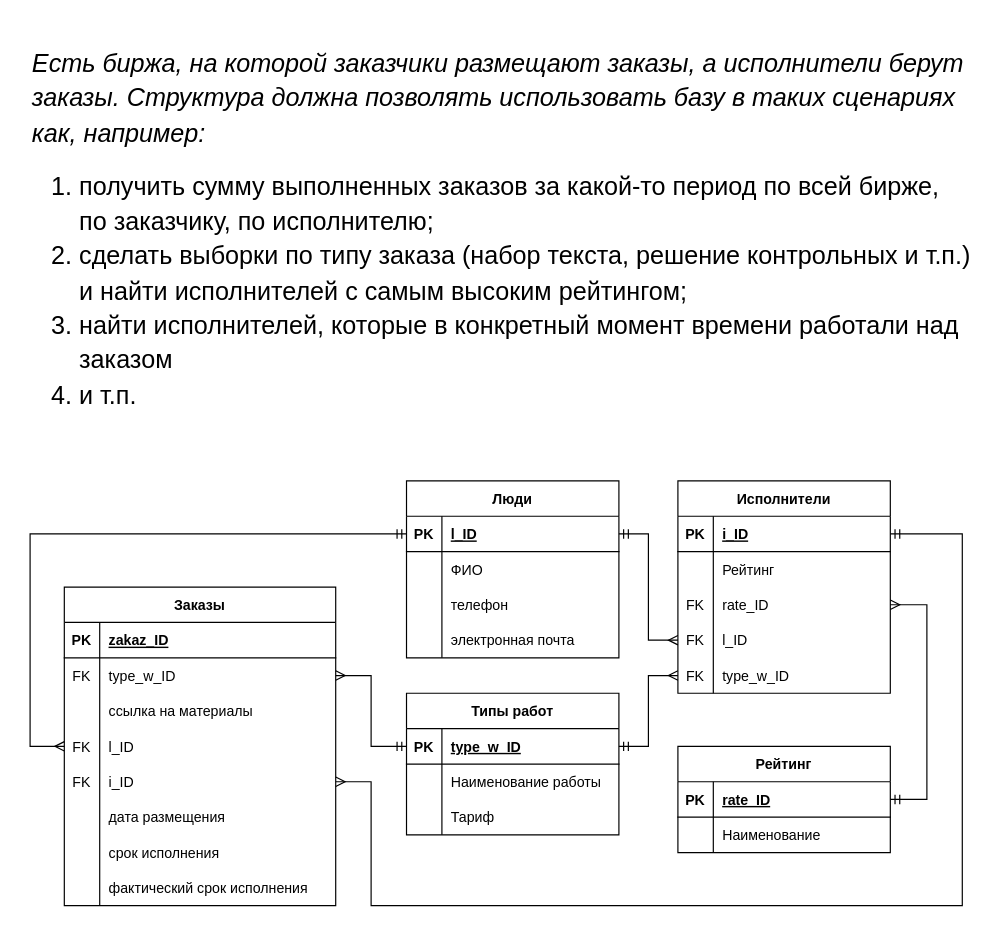
Before: Frilance.drawio in CovChEGG/BD, a draw.io diagram. Source tidied: cells renumbered, new cells numbered last; positions are measured from the earlier drawing's top-left corner, leaving out a move shared by most shapes. Both pictures are drawn from the tidied source at 118%, with x=0, y=0 at pixel (30, 20).
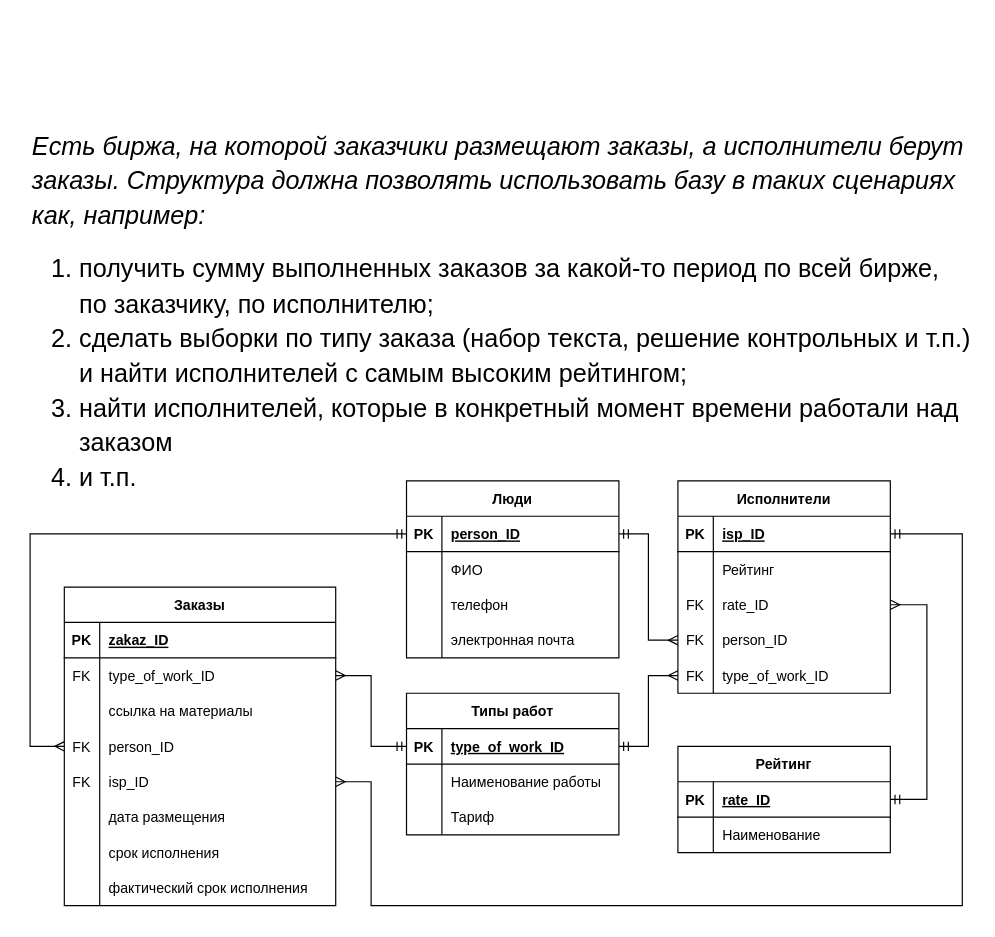
Above is the later version.

The change refers to these unchanged cells:
```xml
<mxCell id="7" style="shape=tableRow;horizontal=0;startSize=0;swimlaneHead=0;swimlaneBody=0;fillColor=none;points=[[0,0.5],[1,0.5]];portConstraint=eastwest;top=0;left=0;right=0;bottom=0;" parent="3" vertex="1">
  <mxGeometry y="60" width="230" height="30" as="geometry" />
</mxCell>
<mxCell id="13" style="shape=tableRow;horizontal=0;startSize=0;swimlaneHead=0;swimlaneBody=0;fillColor=none;points=[[0,0.5],[1,0.5]];portConstraint=eastwest;top=0;left=0;right=0;bottom=0;" parent="3" vertex="1">
  <mxGeometry y="120" width="230" height="30" as="geometry" />
</mxCell>
<mxCell id="16" style="shape=tableRow;horizontal=0;startSize=0;swimlaneHead=0;swimlaneBody=0;fillColor=none;points=[[0,0.5],[1,0.5]];portConstraint=eastwest;top=0;left=0;right=0;bottom=0;" parent="3" vertex="1">
  <mxGeometry y="150" width="230" height="30" as="geometry" />
</mxCell>
<mxCell id="29" style="shape=tableRow;horizontal=0;startSize=0;swimlaneHead=0;swimlaneBody=0;fillColor=none;points=[[0,0.5],[1,0.5]];portConstraint=eastwest;top=0;left=0;right=0;bottom=1;" parent="28" vertex="1">
  <mxGeometry y="30" width="180" height="30" as="geometry" />
</mxCell>
<mxCell id="42" style="shape=tableRow;horizontal=0;startSize=0;swimlaneHead=0;swimlaneBody=0;fillColor=none;points=[[0,0.5],[1,0.5]];portConstraint=eastwest;top=0;left=0;right=0;bottom=1;" parent="41" vertex="1">
  <mxGeometry y="30" width="180" height="30" as="geometry" />
</mxCell>
<mxCell id="51" style="shape=tableRow;horizontal=0;startSize=0;swimlaneHead=0;swimlaneBody=0;fillColor=none;points=[[0,0.5],[1,0.5]];portConstraint=eastwest;top=0;left=0;right=0;bottom=0;" parent="41" vertex="1">
  <mxGeometry y="120" width="180" height="30" as="geometry" />
</mxCell>
<mxCell id="54" style="shape=tableRow;horizontal=0;startSize=0;swimlaneHead=0;swimlaneBody=0;fillColor=none;points=[[0,0.5],[1,0.5]];portConstraint=eastwest;top=0;left=0;right=0;bottom=0;" parent="41" vertex="1">
  <mxGeometry y="150" width="180" height="30" as="geometry" />
</mxCell>
<mxCell id="65" style="shape=tableRow;horizontal=0;startSize=0;swimlaneHead=0;swimlaneBody=0;fillColor=none;points=[[0,0.5],[1,0.5]];portConstraint=eastwest;top=0;left=0;right=0;bottom=1;" parent="64" vertex="1">
  <mxGeometry y="30" width="180" height="30" as="geometry" />
</mxCell>
```

Change to the diagram source:
```diff
@@
     <mxCell id="2" value="&lt;p dir=&quot;ltr&quot; style=&quot;line-height: 1.38 ; margin-top: 12pt ; margin-bottom: 12pt&quot; id=&quot;docs-internal-guid-576c9d6f-7fff-1a67-5359-b7218d271dd9&quot;&gt;&lt;span style=&quot;font-size: 16pt; font-family: &amp;quot;ibm plex sans&amp;quot;, sans-serif; color: rgb(0, 0, 0); background-color: transparent; font-weight: 400; font-style: italic; font-variant: normal; text-decoration: none; vertical-align: baseline;&quot;&gt;Есть биржа, на которой заказчики размещают заказы, а исполнители берут заказы. Структура должна позволять использовать базу в таких сценариях как, например:&lt;/span&gt;&lt;/p&gt;&lt;ol style=&quot;margin-top: 0 ; margin-bottom: 0&quot;&gt;&lt;li dir=&quot;ltr&quot; style=&quot;list-style-type: decimal; font-size: 16pt; font-family: &amp;quot;ibm plex sans&amp;quot;, sans-serif; color: rgb(0, 0, 0); background-color: transparent; font-weight: 400; font-style: normal; font-variant: normal; text-decoration: none; vertical-align: baseline;&quot;&gt;&lt;p dir=&quot;ltr&quot; style=&quot;line-height: 1.38 ; margin-top: 12pt ; margin-bottom: 0pt&quot;&gt;&lt;span style=&quot;font-size: 16pt; font-family: &amp;quot;ibm plex sans&amp;quot;, sans-serif; color: rgb(0, 0, 0); background-color: transparent; font-weight: 400; font-style: normal; font-variant: normal; text-decoration: none; vertical-align: baseline;&quot;&gt;получить сумму выполненных заказов за какой-то период по всей бирже, по заказчику, по исполнителю;&lt;/span&gt;&lt;/p&gt;&lt;/li&gt;&lt;li dir=&quot;ltr&quot; style=&quot;list-style-type: decimal; font-size: 16pt; font-family: &amp;quot;ibm plex sans&amp;quot;, sans-serif; color: rgb(0, 0, 0); background-color: transparent; font-weight: 400; font-style: normal; font-variant: normal; text-decoration: none; vertical-align: baseline;&quot;&gt;&lt;p dir=&quot;ltr&quot; style=&quot;line-height: 1.38 ; margin-top: 0pt ; margin-bottom: 0pt&quot;&gt;&lt;span style=&quot;font-size: 16pt; font-family: &amp;quot;ibm plex sans&amp;quot;, sans-serif; color: rgb(0, 0, 0); background-color: transparent; font-weight: 400; font-style: normal; font-variant: normal; text-decoration: none; vertical-align: baseline;&quot;&gt;сделать выборки по типу заказа (набор текста, решение контрольных и т.п.) и найти исполнителей с самым высоким рейтингом;&lt;/span&gt;&lt;/p&gt;&lt;/li&gt;&lt;li dir=&quot;ltr&quot; style=&quot;list-style-type: decimal; font-size: 16pt; font-family: &amp;quot;ibm plex sans&amp;quot;, sans-serif; color: rgb(0, 0, 0); background-color: transparent; font-weight: 400; font-style: normal; font-variant: normal; text-decoration: none; vertical-align: baseline;&quot;&gt;&lt;p dir=&quot;ltr&quot; style=&quot;line-height: 1.38 ; margin-top: 0pt ; margin-bottom: 0pt&quot;&gt;&lt;span style=&quot;font-size: 16pt; font-family: &amp;quot;ibm plex sans&amp;quot;, sans-serif; color: rgb(0, 0, 0); background-color: transparent; font-weight: 400; font-style: normal; font-variant: normal; text-decoration: none; vertical-align: baseline;&quot;&gt;найти исполнителей, которые в конкретный момент времени работали над заказом&lt;/span&gt;&lt;/p&gt;&lt;/li&gt;&lt;li dir=&quot;ltr&quot; style=&quot;list-style-type: decimal; font-size: 16pt; font-family: &amp;quot;ibm plex sans&amp;quot;, sans-serif; color: rgb(0, 0, 0); background-color: transparent; font-weight: 400; font-style: normal; font-variant: normal; text-decoration: none; vertical-align: baseline;&quot;&gt;&lt;p dir=&quot;ltr&quot; style=&quot;line-height: 1.38 ; margin-top: 0pt ; margin-bottom: 12pt&quot;&gt;&lt;span style=&quot;font-size: 16pt; font-family: &amp;quot;ibm plex sans&amp;quot;, sans-serif; color: rgb(0, 0, 0); background-color: transparent; font-weight: 400; font-style: normal; font-variant: normal; text-decoration: none; vertical-align: baseline;&quot;&gt;и т.п.&lt;/span&gt;&lt;/p&gt;&lt;/li&gt;&lt;/ol&gt;" style="text;whiteSpace=wrap;html=1;" parent="1" vertex="1">
-      <mxGeometry width="800" height="330" as="geometry" />
+      <mxGeometry y="70" width="800" height="330" as="geometry" />
     </mxCell>
@@
-    <mxCell id="9" value="type_w_ID" style="shape=partialRectangle;fillColor=none;top=0;left=0;bottom=0;right=0;align=left;spacingLeft=6;fontStyle=0;overflow=hidden;" parent="7" vertex="1">
+    <mxCell id="9" value="type_of_work_ID" style="shape=partialRectangle;fillColor=none;top=0;left=0;bottom=0;right=0;align=left;spacingLeft=6;fontStyle=0;overflow=hidden;" parent="7" vertex="1">
       <mxGeometry x="30" width="200" height="30" as="geometry" />
     </mxCell>
@@
-    <mxCell id="15" value="l_ID" style="shape=partialRectangle;fillColor=none;top=0;left=0;bottom=0;right=0;align=left;spacingLeft=6;fontStyle=0;overflow=hidden;" parent="13" vertex="1">
+    <mxCell id="15" value="person_ID" style="shape=partialRectangle;fillColor=none;top=0;left=0;bottom=0;right=0;align=left;spacingLeft=6;fontStyle=0;overflow=hidden;" parent="13" vertex="1">
       <mxGeometry x="30" width="200" height="30" as="geometry" />
     </mxCell>
@@
-    <mxCell id="18" value="i_ID" style="shape=partialRectangle;fillColor=none;top=0;left=0;bottom=0;right=0;align=left;spacingLeft=6;fontStyle=0;overflow=hidden;" parent="16" vertex="1">
+    <mxCell id="18" value="isp_ID" style="shape=partialRectangle;fillColor=none;top=0;left=0;bottom=0;right=0;align=left;spacingLeft=6;fontStyle=0;overflow=hidden;" parent="16" vertex="1">
       <mxGeometry x="30" width="200" height="30" as="geometry" />
     </mxCell>
@@
-    <mxCell id="31" value="l_ID" style="shape=partialRectangle;fillColor=none;top=0;left=0;bottom=0;right=0;align=left;spacingLeft=6;fontStyle=5;overflow=hidden;" parent="29" vertex="1">
+    <mxCell id="31" value="person_ID" style="shape=partialRectangle;fillColor=none;top=0;left=0;bottom=0;right=0;align=left;spacingLeft=6;fontStyle=5;overflow=hidden;" parent="29" vertex="1">
       <mxGeometry x="30" width="150" height="30" as="geometry" />
     </mxCell>
@@
-    <mxCell id="44" value="i_ID" style="shape=partialRectangle;fillColor=none;top=0;left=0;bottom=0;right=0;align=left;spacingLeft=6;fontStyle=5;overflow=hidden;" parent="42" vertex="1">
+    <mxCell id="44" value="isp_ID" style="shape=partialRectangle;fillColor=none;top=0;left=0;bottom=0;right=0;align=left;spacingLeft=6;fontStyle=5;overflow=hidden;" parent="42" vertex="1">
       <mxGeometry x="30" width="150" height="30" as="geometry" />
     </mxCell>
@@
-    <mxCell id="53" value="l_ID" style="shape=partialRectangle;fillColor=none;top=0;left=0;bottom=0;right=0;align=left;spacingLeft=6;fontStyle=0;overflow=hidden;" parent="51" vertex="1">
+    <mxCell id="53" value="person_ID" style="shape=partialRectangle;fillColor=none;top=0;left=0;bottom=0;right=0;align=left;spacingLeft=6;fontStyle=0;overflow=hidden;" parent="51" vertex="1">
       <mxGeometry x="30" width="150" height="30" as="geometry" />
     </mxCell>
@@
-    <mxCell id="56" value="type_w_ID" style="shape=partialRectangle;fillColor=none;top=0;left=0;bottom=0;right=0;align=left;spacingLeft=6;fontStyle=0;overflow=hidden;" parent="54" vertex="1">
+    <mxCell id="56" value="type_of_work_ID" style="shape=partialRectangle;fillColor=none;top=0;left=0;bottom=0;right=0;align=left;spacingLeft=6;fontStyle=0;overflow=hidden;" parent="54" vertex="1">
       <mxGeometry x="30" width="150" height="30" as="geometry" />
     </mxCell>
@@
-    <mxCell id="67" value="type_w_ID" style="shape=partialRectangle;fillColor=none;top=0;left=0;bottom=0;right=0;align=left;spacingLeft=6;fontStyle=5;overflow=hidden;" parent="65" vertex="1">
+    <mxCell id="67" value="type_of_work_ID" style="shape=partialRectangle;fillColor=none;top=0;left=0;bottom=0;right=0;align=left;spacingLeft=6;fontStyle=5;overflow=hidden;" parent="65" vertex="1">
       <mxGeometry x="30" width="150" height="30" as="geometry" />
     </mxCell>
```
